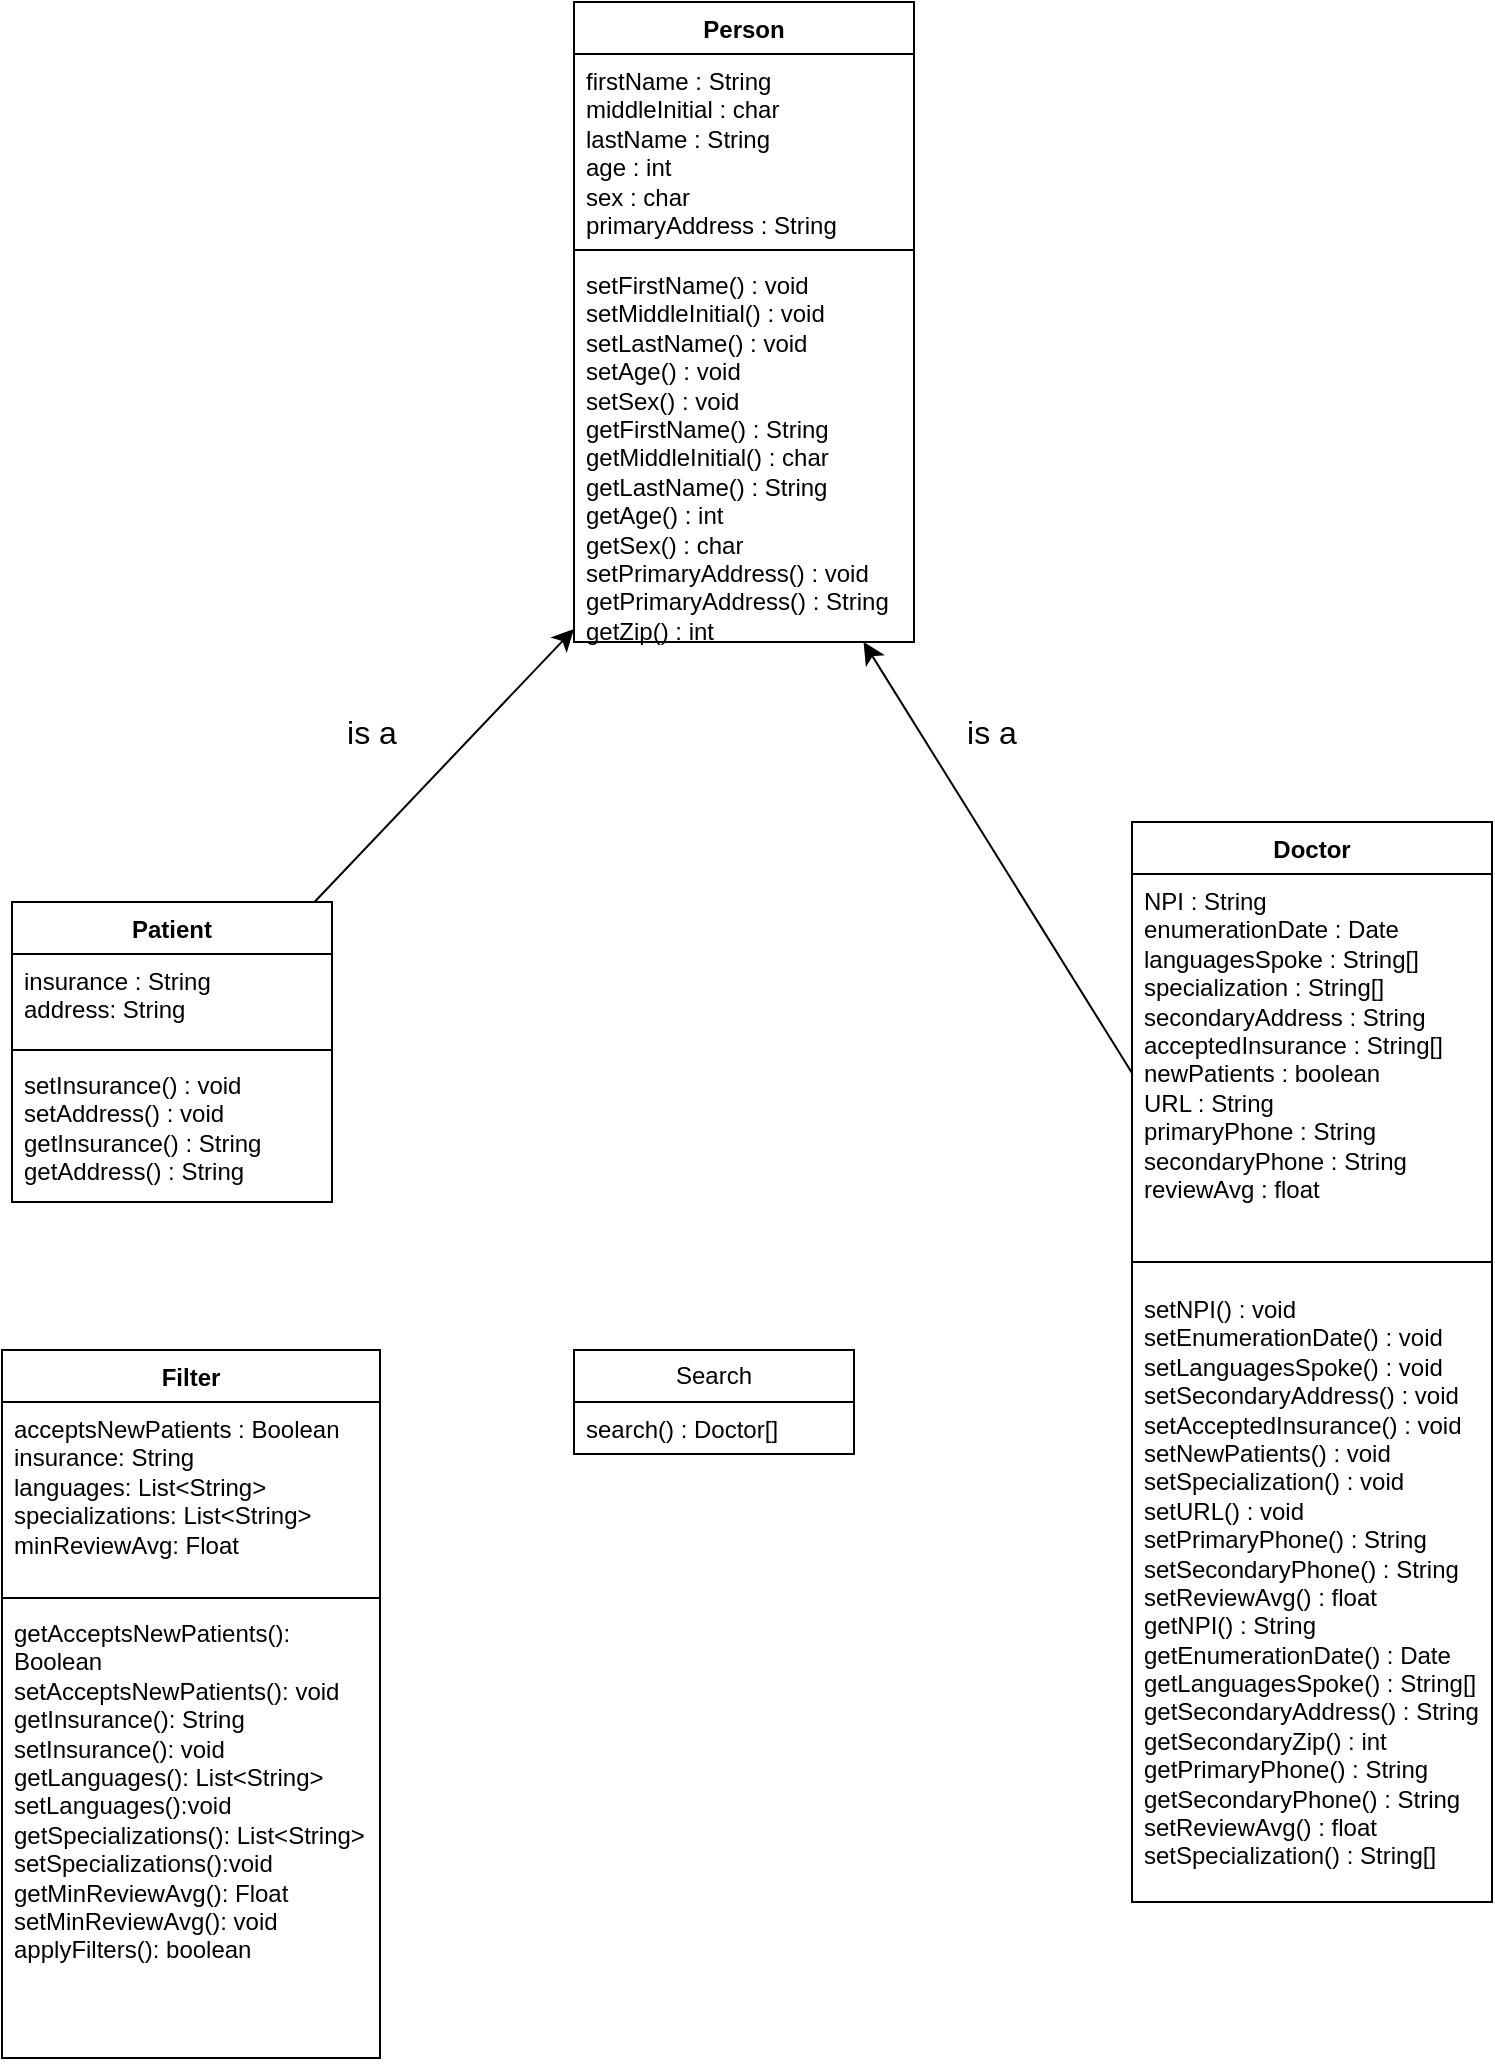
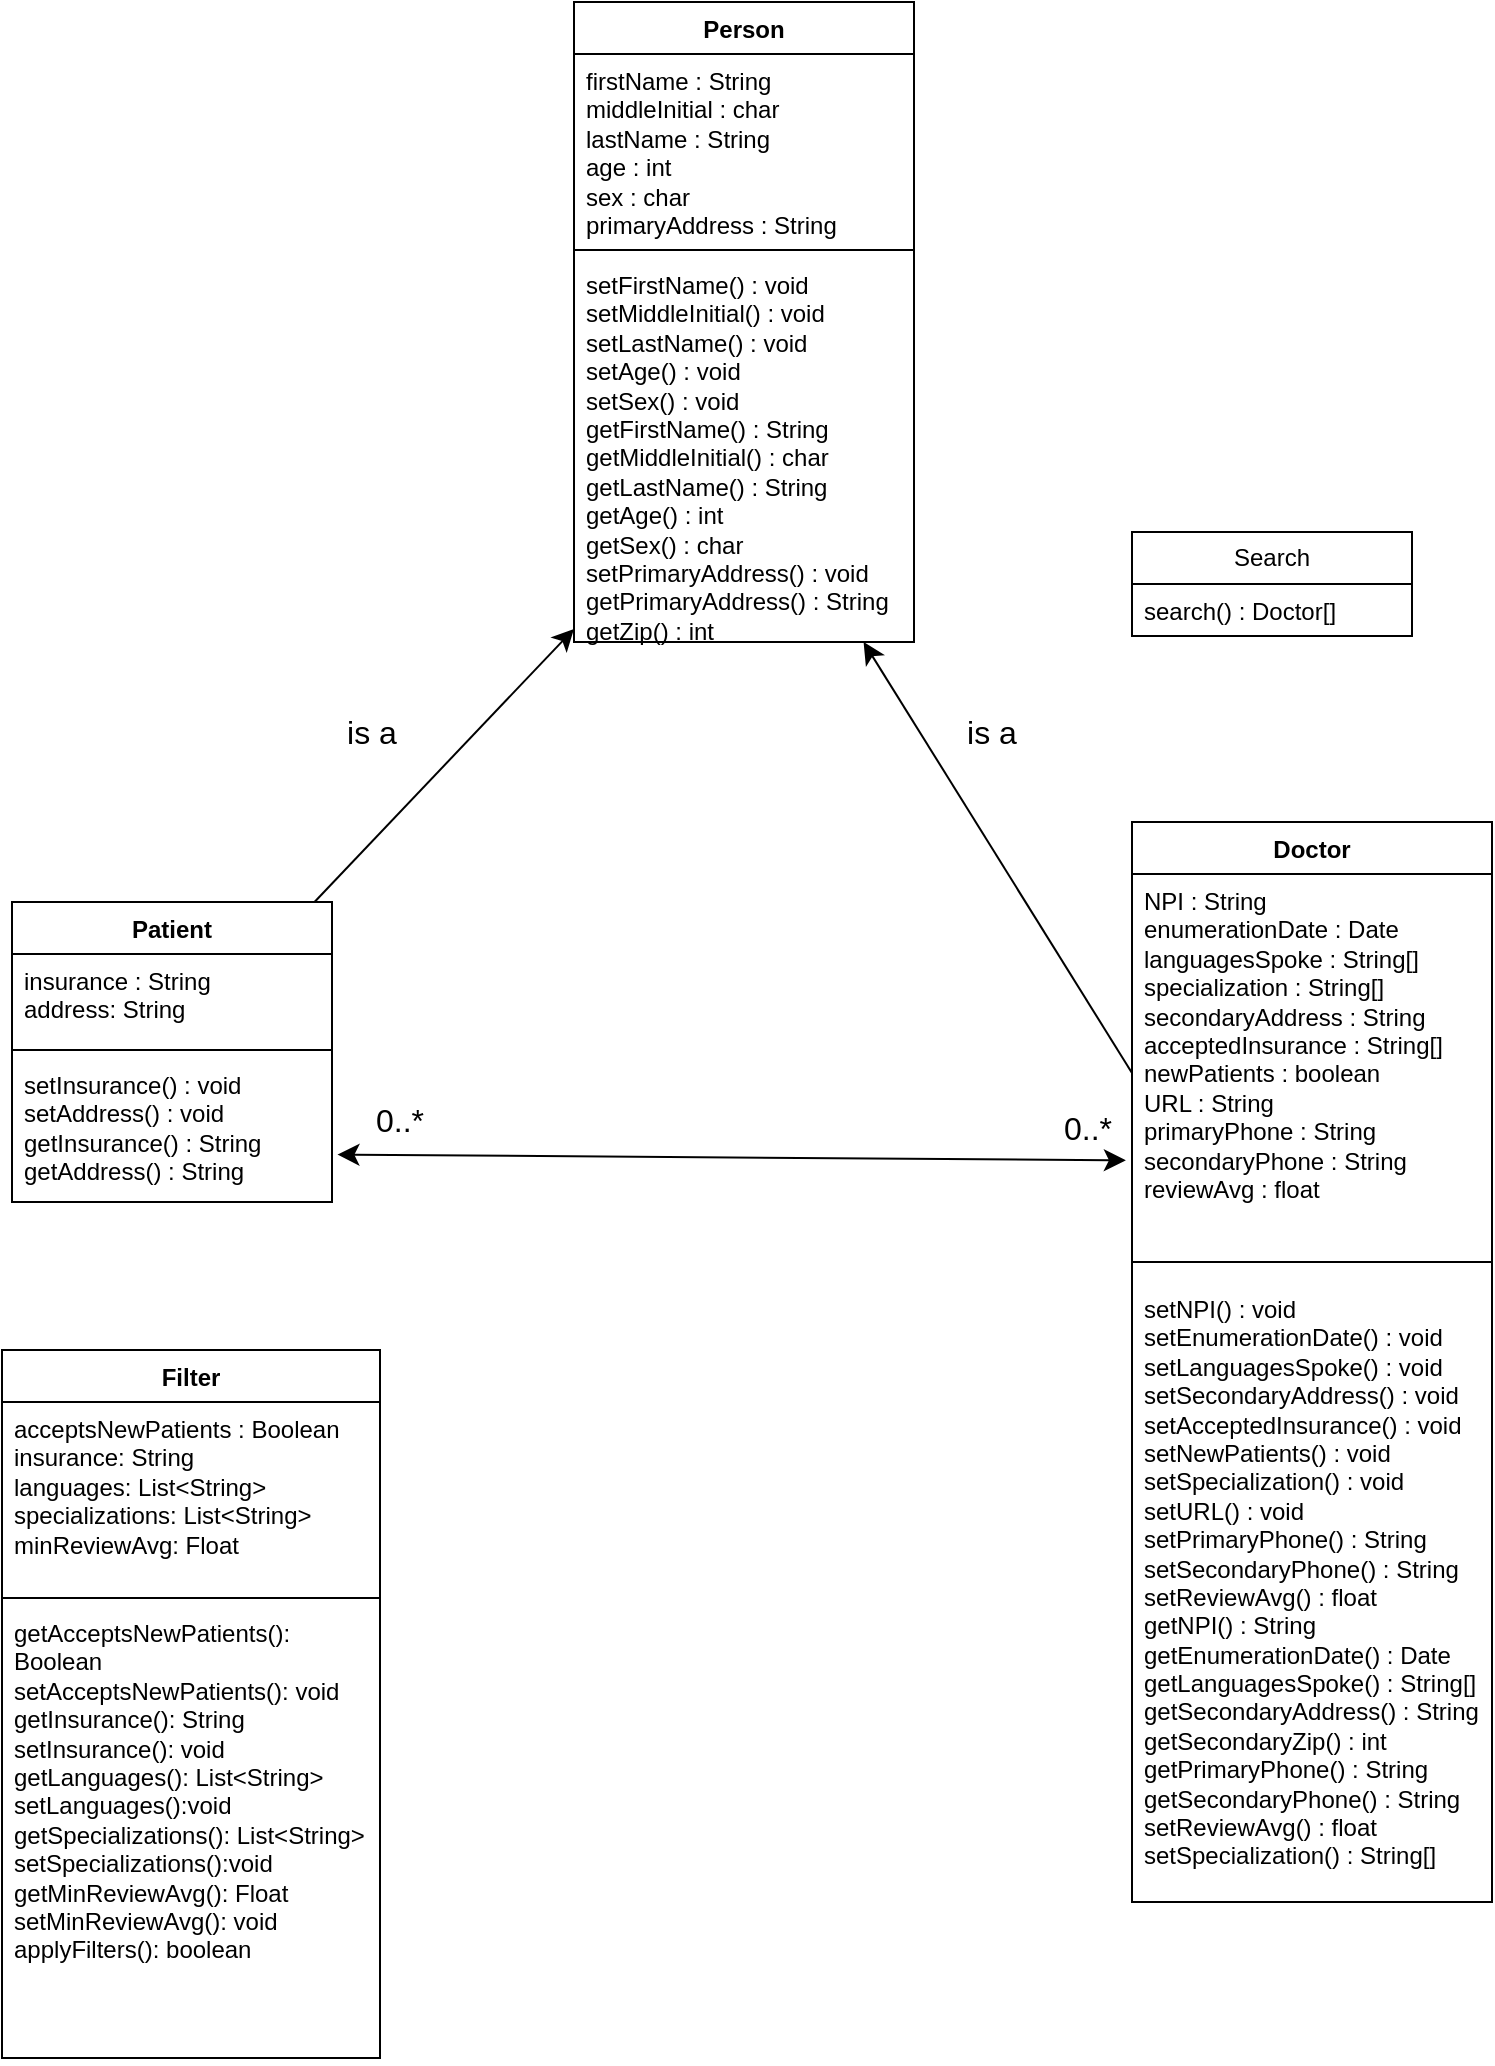
<mxfile host="app.diagrams.net" agent="Mozilla/5.0 (X11; Linux x86_64; rv:146.0) Gecko/20100101 Firefox/146.0" version="29.6.6">
  <diagram id="8_6Sa3z7KwCgmnHwuxP4" name="Page-1">
    <mxGraphModel dx="931" dy="1323" grid="0" gridSize="10" guides="1" tooltips="1" connect="1" arrows="1" fold="1" page="0" pageScale="1" pageWidth="850" pageHeight="1100" math="0" shadow="0">
      <root>
        <mxCell id="0" />
        <mxCell id="1" parent="0" />
        <mxCell id="TLL_v9ClbD_YXBTvD8V5-1" parent="1" style="swimlane;fontStyle=1;align=center;verticalAlign=top;childLayout=stackLayout;horizontal=1;startSize=26;horizontalStack=0;resizeParent=1;resizeParentMax=0;resizeLast=0;collapsible=1;marginBottom=0;whiteSpace=wrap;html=1;" value="Person" vertex="1">
          <mxGeometry height="320" width="170" x="563" y="205" as="geometry" />
        </mxCell>
        <mxCell id="TLL_v9ClbD_YXBTvD8V5-2" parent="TLL_v9ClbD_YXBTvD8V5-1" style="text;strokeColor=none;fillColor=none;align=left;verticalAlign=top;spacingLeft=4;spacingRight=4;overflow=hidden;rotatable=0;points=[[0,0.5],[1,0.5]];portConstraint=eastwest;whiteSpace=wrap;html=1;" value="firstName : String&lt;div&gt;middleInitial : char&lt;/div&gt;&lt;div&gt;lastName : String&lt;br&gt;&lt;div&gt;age : int&lt;/div&gt;&lt;div&gt;sex : char&lt;/div&gt;&lt;div&gt;primaryAddress : String&lt;/div&gt;&lt;div&gt;&lt;br&gt;&lt;/div&gt;&lt;div&gt;&lt;br&gt;&lt;/div&gt;&lt;/div&gt;" vertex="1">
          <mxGeometry height="94" width="170" y="26" as="geometry" />
        </mxCell>
        <mxCell id="TLL_v9ClbD_YXBTvD8V5-3" parent="TLL_v9ClbD_YXBTvD8V5-1" style="line;strokeWidth=1;fillColor=none;align=left;verticalAlign=middle;spacingTop=-1;spacingLeft=3;spacingRight=3;rotatable=0;labelPosition=right;points=[];portConstraint=eastwest;strokeColor=inherit;" value="" vertex="1">
          <mxGeometry height="8" width="170" y="120" as="geometry" />
        </mxCell>
        <mxCell id="TLL_v9ClbD_YXBTvD8V5-4" parent="TLL_v9ClbD_YXBTvD8V5-1" style="text;strokeColor=none;fillColor=none;align=left;verticalAlign=top;spacingLeft=4;spacingRight=4;overflow=hidden;rotatable=0;points=[[0,0.5],[1,0.5]];portConstraint=eastwest;whiteSpace=wrap;html=1;" value="setFirstName() : void&lt;div&gt;setMiddleInitial() : void&lt;br&gt;&lt;div&gt;setLastName() : void&lt;br&gt;&lt;div&gt;setAge() : void&lt;/div&gt;&lt;div&gt;setSex() : void&lt;/div&gt;&lt;div&gt;&lt;span style=&quot;background-color: transparent; color: light-dark(rgb(0, 0, 0), rgb(255, 255, 255));&quot;&gt;getFirstName() : String&lt;/span&gt;&lt;/div&gt;&lt;div&gt;&lt;span style=&quot;background-color: transparent; color: light-dark(rgb(0, 0, 0), rgb(255, 255, 255));&quot;&gt;getMiddleInitial() : char&lt;/span&gt;&lt;/div&gt;&lt;div&gt;getLastName() : String&lt;/div&gt;&lt;div&gt;getAge() : int&lt;/div&gt;&lt;div&gt;getSex() : char&lt;/div&gt;&lt;div&gt;setPrimaryAddress() : void&lt;/div&gt;&lt;/div&gt;&lt;/div&gt;&lt;div&gt;getPrimaryAddress() : String&lt;/div&gt;&lt;div&gt;getZip() : int&lt;/div&gt;" vertex="1">
          <mxGeometry height="192" width="170" y="128" as="geometry" />
        </mxCell>
        <mxCell id="TLL_v9ClbD_YXBTvD8V5-5" edge="1" parent="1" source="TLL_v9ClbD_YXBTvD8V5-6" style="edgeStyle=none;curved=1;rounded=0;orthogonalLoop=1;jettySize=auto;html=1;fontSize=12;startSize=8;endSize=8;" target="TLL_v9ClbD_YXBTvD8V5-4" value="">
          <mxGeometry relative="1" as="geometry" />
        </mxCell>
        <mxCell id="TLL_v9ClbD_YXBTvD8V5-6" parent="1" style="swimlane;fontStyle=1;align=center;verticalAlign=top;childLayout=stackLayout;horizontal=1;startSize=26;horizontalStack=0;resizeParent=1;resizeParentMax=0;resizeLast=0;collapsible=1;marginBottom=0;whiteSpace=wrap;html=1;" value="Patient" vertex="1">
          <mxGeometry height="150" width="160" x="282" y="655" as="geometry" />
        </mxCell>
        <mxCell id="TLL_v9ClbD_YXBTvD8V5-7" parent="TLL_v9ClbD_YXBTvD8V5-6" style="text;strokeColor=none;fillColor=none;align=left;verticalAlign=top;spacingLeft=4;spacingRight=4;overflow=hidden;rotatable=0;points=[[0,0.5],[1,0.5]];portConstraint=eastwest;whiteSpace=wrap;html=1;" value="&lt;div&gt;insurance : String&lt;/div&gt;&lt;div&gt;address: String&lt;/div&gt;&lt;div&gt;&lt;br&gt;&lt;/div&gt;" vertex="1">
          <mxGeometry height="44" width="160" y="26" as="geometry" />
        </mxCell>
        <mxCell id="TLL_v9ClbD_YXBTvD8V5-8" parent="TLL_v9ClbD_YXBTvD8V5-6" style="line;strokeWidth=1;fillColor=none;align=left;verticalAlign=middle;spacingTop=-1;spacingLeft=3;spacingRight=3;rotatable=0;labelPosition=right;points=[];portConstraint=eastwest;strokeColor=inherit;" value="" vertex="1">
          <mxGeometry height="8" width="160" y="70" as="geometry" />
        </mxCell>
        <mxCell id="TLL_v9ClbD_YXBTvD8V5-9" parent="TLL_v9ClbD_YXBTvD8V5-6" style="text;strokeColor=none;fillColor=none;align=left;verticalAlign=top;spacingLeft=4;spacingRight=4;overflow=hidden;rotatable=0;points=[[0,0.5],[1,0.5]];portConstraint=eastwest;whiteSpace=wrap;html=1;" value="setInsurance() : void&lt;div&gt;setAddress() : void&lt;/div&gt;&lt;div&gt;&lt;div&gt;getInsurance() : String&lt;/div&gt;&lt;div&gt;getAddress() : String&lt;/div&gt;&lt;/div&gt;&lt;div&gt;&lt;br&gt;&lt;/div&gt;" vertex="1">
          <mxGeometry height="72" width="160" y="78" as="geometry" />
        </mxCell>
        <mxCell id="TLL_v9ClbD_YXBTvD8V5-10" edge="1" parent="1" source="TLL_v9ClbD_YXBTvD8V5-11" style="edgeStyle=none;curved=1;rounded=0;orthogonalLoop=1;jettySize=auto;html=1;fontSize=12;startSize=8;endSize=8;" target="TLL_v9ClbD_YXBTvD8V5-4" value="">
          <mxGeometry relative="1" as="geometry" />
        </mxCell>
        <mxCell id="TLL_v9ClbD_YXBTvD8V5-11" parent="1" style="swimlane;fontStyle=1;align=center;verticalAlign=top;childLayout=stackLayout;horizontal=1;startSize=26;horizontalStack=0;resizeParent=1;resizeParentMax=0;resizeLast=0;collapsible=1;marginBottom=0;whiteSpace=wrap;html=1;" value="Doctor" vertex="1">
          <mxGeometry height="540" width="180" x="842" y="615" as="geometry" />
        </mxCell>
        <mxCell id="TLL_v9ClbD_YXBTvD8V5-12" parent="TLL_v9ClbD_YXBTvD8V5-11" style="text;strokeColor=none;fillColor=none;align=left;verticalAlign=top;spacingLeft=4;spacingRight=4;overflow=hidden;rotatable=0;points=[[0,0.5],[1,0.5]];portConstraint=eastwest;whiteSpace=wrap;html=1;" value="&lt;div&gt;NPI : String&lt;/div&gt;&lt;div&gt;enumerationDate : Date&lt;/div&gt;&lt;div&gt;languagesSpoke : String[]&lt;/div&gt;&lt;div&gt;&lt;div&gt;specialization : String[]&lt;/div&gt;&lt;/div&gt;&lt;div&gt;secondaryAddress : String&lt;/div&gt;&lt;div&gt;acceptedInsurance : String[]&lt;/div&gt;&lt;div&gt;newPatients : boolean&lt;/div&gt;&lt;div&gt;&lt;span style=&quot;background-color: transparent; color: light-dark(rgb(0, 0, 0), rgb(255, 255, 255));&quot;&gt;URL : String&lt;/span&gt;&lt;/div&gt;&lt;div&gt;primaryPhone : String&lt;/div&gt;&lt;div&gt;secondaryPhone : String&lt;/div&gt;&lt;div&gt;reviewAvg : float&amp;nbsp;&lt;/div&gt;" vertex="1">
          <mxGeometry height="184" width="180" y="26" as="geometry" />
        </mxCell>
        <mxCell id="TLL_v9ClbD_YXBTvD8V5-13" parent="TLL_v9ClbD_YXBTvD8V5-11" style="line;strokeWidth=1;fillColor=none;align=left;verticalAlign=middle;spacingTop=-1;spacingLeft=3;spacingRight=3;rotatable=0;labelPosition=right;points=[];portConstraint=eastwest;strokeColor=inherit;" value="" vertex="1">
          <mxGeometry height="20" width="180" y="210" as="geometry" />
        </mxCell>
        <mxCell id="TLL_v9ClbD_YXBTvD8V5-14" parent="TLL_v9ClbD_YXBTvD8V5-11" style="text;strokeColor=none;fillColor=none;align=left;verticalAlign=top;spacingLeft=4;spacingRight=4;overflow=hidden;rotatable=0;points=[[0,0.5],[1,0.5]];portConstraint=eastwest;whiteSpace=wrap;html=1;" value="&lt;div&gt;setNPI() : void&lt;/div&gt;&lt;div&gt;setEnumerationDate() : void&lt;/div&gt;&lt;div&gt;setLanguagesSpoke() : void&lt;/div&gt;&lt;div&gt;setSecondaryAddress() : void&lt;/div&gt;&lt;div&gt;setAcceptedInsurance() : void&lt;/div&gt;&lt;div&gt;setNewPatients() : void&lt;/div&gt;&lt;div&gt;setSpecialization() : void&lt;/div&gt;&lt;div&gt;setURL() : void&lt;/div&gt;&lt;div&gt;setPrimaryPhone() : String&lt;/div&gt;&lt;div&gt;setSecondaryPhone() : String&lt;/div&gt;&lt;div&gt;setReviewAvg() : float&lt;/div&gt;&lt;div&gt;getNPI() : String&lt;/div&gt;&lt;div&gt;getEnumerationDate() : Date&lt;/div&gt;&lt;div&gt;getLanguagesSpoke() : String[]&lt;/div&gt;&lt;div&gt;getSecondaryAddress() : String&lt;/div&gt;&lt;div&gt;getSecondaryZip() : int&lt;/div&gt;&lt;div&gt;getPrimaryPhone() : String&lt;/div&gt;&lt;div&gt;getSecondaryPhone() : String&lt;/div&gt;&lt;div&gt;setReviewAvg() : float&lt;/div&gt;&lt;div&gt;setSpecialization() : String[]&lt;/div&gt;" vertex="1">
          <mxGeometry height="310" width="180" y="230" as="geometry" />
        </mxCell>
        <mxCell id="TLL_v9ClbD_YXBTvD8V5-15" parent="1" style="text;html=1;whiteSpace=wrap;strokeColor=none;fillColor=none;align=center;verticalAlign=middle;rounded=0;fontSize=16;" value="is a" vertex="1">
          <mxGeometry height="30" width="60" x="432" y="555" as="geometry" />
        </mxCell>
        <mxCell id="TLL_v9ClbD_YXBTvD8V5-16" parent="1" style="text;html=1;whiteSpace=wrap;strokeColor=none;fillColor=none;align=center;verticalAlign=middle;rounded=0;fontSize=16;" value="is a" vertex="1">
          <mxGeometry height="30" width="60" x="742" y="555" as="geometry" />
        </mxCell>
        <mxCell id="TLL_v9ClbD_YXBTvD8V5-17" parent="1" style="swimlane;fontStyle=0;childLayout=stackLayout;horizontal=1;startSize=26;fillColor=none;horizontalStack=0;resizeParent=1;resizeParentMax=0;resizeLast=0;collapsible=1;marginBottom=0;whiteSpace=wrap;html=1;" value="Search" vertex="1">
-           <mxGeometry height="52" width="140" x="563" y="879" as="geometry" />
+           <mxGeometry height="52" width="140" x="842" y="470" as="geometry" />
        </mxCell>
        <mxCell id="TLL_v9ClbD_YXBTvD8V5-18" parent="TLL_v9ClbD_YXBTvD8V5-17" style="text;strokeColor=none;fillColor=none;align=left;verticalAlign=top;spacingLeft=4;spacingRight=4;overflow=hidden;rotatable=0;points=[[0,0.5],[1,0.5]];portConstraint=eastwest;whiteSpace=wrap;html=1;" value="search() : Doctor[]" vertex="1">
          <mxGeometry height="26" width="140" y="26" as="geometry" />
        </mxCell>
        <mxCell id="TLL_v9ClbD_YXBTvD8V5-19" parent="1" style="swimlane;fontStyle=1;align=center;verticalAlign=top;childLayout=stackLayout;horizontal=1;startSize=26;horizontalStack=0;resizeParent=1;resizeParentMax=0;resizeLast=0;collapsible=1;marginBottom=0;whiteSpace=wrap;html=1;" value="Filter" vertex="1">
          <mxGeometry height="354" width="189" x="277" y="879" as="geometry" />
        </mxCell>
        <mxCell id="TLL_v9ClbD_YXBTvD8V5-20" parent="TLL_v9ClbD_YXBTvD8V5-19" style="text;strokeColor=none;fillColor=none;align=left;verticalAlign=top;spacingLeft=4;spacingRight=4;overflow=hidden;rotatable=0;points=[[0,0.5],[1,0.5]];portConstraint=eastwest;whiteSpace=wrap;html=1;" value="&lt;div&gt;acceptsNewPatients : Boolean&lt;/div&gt;&lt;div&gt;insurance: String&lt;/div&gt;&lt;div&gt;languages: List&amp;lt;String&amp;gt;&lt;/div&gt;&lt;div&gt;specializations: List&amp;lt;String&amp;gt;&lt;/div&gt;&lt;div&gt;minReviewAvg: Float&lt;/div&gt;" vertex="1">
          <mxGeometry height="94" width="189" y="26" as="geometry" />
        </mxCell>
        <mxCell id="TLL_v9ClbD_YXBTvD8V5-21" parent="TLL_v9ClbD_YXBTvD8V5-19" style="line;strokeWidth=1;fillColor=none;align=left;verticalAlign=middle;spacingTop=-1;spacingLeft=3;spacingRight=3;rotatable=0;labelPosition=right;points=[];portConstraint=eastwest;strokeColor=inherit;" value="" vertex="1">
          <mxGeometry height="8" width="189" y="120" as="geometry" />
        </mxCell>
        <mxCell id="TLL_v9ClbD_YXBTvD8V5-22" parent="TLL_v9ClbD_YXBTvD8V5-19" style="text;strokeColor=none;fillColor=none;align=left;verticalAlign=top;spacingLeft=4;spacingRight=4;overflow=hidden;rotatable=0;points=[[0,0.5],[1,0.5]];portConstraint=eastwest;whiteSpace=wrap;html=1;" value="&lt;div&gt;getAcceptsNewPatients(): Boolean&lt;/div&gt;&lt;div&gt;setAcceptsNewPatients(): void&lt;/div&gt;&lt;div&gt;getInsurance(): String&lt;/div&gt;&lt;div&gt;setInsurance(): void&lt;/div&gt;&lt;div&gt;getLanguages(): List&amp;lt;String&amp;gt;&lt;/div&gt;&lt;div&gt;setLanguages():void&lt;/div&gt;&lt;div&gt;getSpecializations(): List&amp;lt;String&amp;gt;&lt;/div&gt;&lt;div&gt;setSpecializations():void&lt;/div&gt;&lt;div&gt;getMinReviewAvg(): Float&lt;/div&gt;&lt;div&gt;setMinReviewAvg(): void&lt;/div&gt;&lt;div&gt;applyFilters(): boolean&lt;/div&gt;&lt;div&gt;&lt;br&gt;&lt;/div&gt;" vertex="1">
          <mxGeometry height="226" width="189" y="128" as="geometry" />
        </mxCell>
+         <mxCell id="TLL_v9ClbD_YXBTvD8V5-27" edge="1" parent="1" source="TLL_v9ClbD_YXBTvD8V5-9" style="endArrow=classic;startArrow=classic;html=1;rounded=0;fontSize=12;startSize=8;endSize=8;curved=1;exitX=1.017;exitY=0.671;exitDx=0;exitDy=0;exitPerimeter=0;entryX=-0.017;entryY=0.778;entryDx=0;entryDy=0;entryPerimeter=0;" target="TLL_v9ClbD_YXBTvD8V5-12" value="">
+           <mxGeometry height="50" relative="1" width="50" as="geometry">
+             <mxPoint x="446" y="816" as="sourcePoint" />
+             <mxPoint x="767" y="811" as="targetPoint" />
+           </mxGeometry>
+         </mxCell>
+         <mxCell id="TLL_v9ClbD_YXBTvD8V5-28" parent="1" style="text;html=1;whiteSpace=wrap;strokeColor=none;fillColor=none;align=center;verticalAlign=middle;rounded=0;fontSize=16;" value="0..*" vertex="1">
+           <mxGeometry height="30" width="60" x="446" y="749" as="geometry" />
+         </mxCell>
+         <mxCell id="TLL_v9ClbD_YXBTvD8V5-29" parent="1" style="text;html=1;whiteSpace=wrap;strokeColor=none;fillColor=none;align=center;verticalAlign=middle;rounded=0;fontSize=16;" value="0..*" vertex="1">
+           <mxGeometry height="30" width="60" x="790" y="753" as="geometry" />
+         </mxCell>
      </root>
    </mxGraphModel>
  </diagram>
</mxfile>
